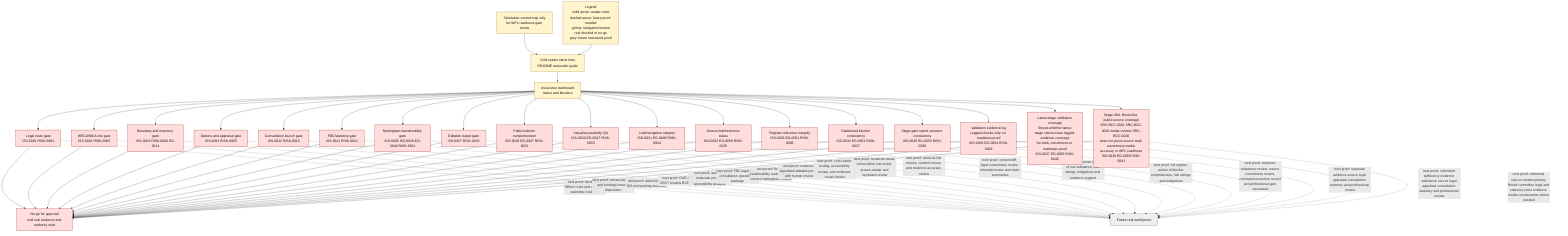
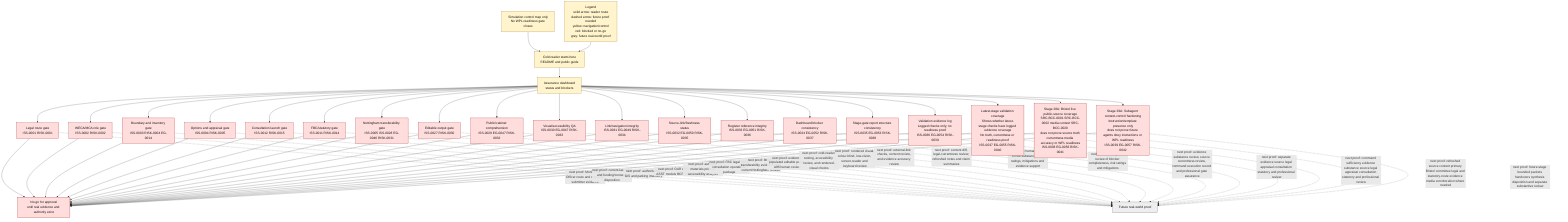
flowchart TD
    Caption["Simulation control map only<br/>No WPL readiness gate closes"]
    Legend["Legend<br/>solid arrow: reader route<br/>dashed arrow: future proof needed<br/>yellow: navigation/control<br/>red: blocked or no-go<br/>grey: future real-world proof"]
    Caption --> Start
    Legend --> Start
    Start["Cold reader starts here<br/>README and public guide"] --> Dash["Assurance dashboard<br/>status and blockers"]
    Dash --> Legal["Legal route gate<br/>ISS-0001 RISK-0001"]
    Dash --> WECA["WECA/MCA role gate<br/>ISS-0002 RISK-0002"]
    Dash --> Spatial["Boundary and inventory gate<br/>ISS-0003 RISK-0004 EG-0014"]
    Dash --> Appraisal["Options and appraisal gate<br/>ISS-0004 RISK-0005"]
    Dash --> Consult["Consultation launch gate<br/>ISS-0012 RISK-0015"]
    Dash --> FBC["FBC/statutory gate<br/>ISS-0011 RISK-0014"]
    Dash --> Nottingham["Nottingham transferability gate<br/>ISS-0005 ISS-0028 EG-0046 RISK-0031"]
    Dash --> Authoring["Editable output gate<br/>ISS-0027 RISK-0030"]
    Dash --> Comprehension["Public/cabinet comprehension<br/>ISS-0029 EG-0047 RISK-0032"]
    Dash --> VisualQA["Visual/accessibility QA<br/>ISS-0030 EG-0047 RISK-0033"]
    Dash --> NavigationQA["Link/navigation integrity<br/>ISS-0031 EG-0049 RISK-0034"]
    Dash --> SourceFreshness["Source-link/freshness status<br/>ISS-0032 EG-0050 RISK-0035"]
    Dash --> RegisterIntegrity["Register reference integrity<br/>ISS-0033 EG-0051 RISK-0036"]
    Dash --> DashboardConsistency["Dashboard blocker consistency<br/>ISS-0034 EG-0052 RISK-0037"]
    Dash --> GateReportQA["Stage-gate report structure consistency<br/>ISS-0035 EG-0053 RISK-0038"]
    Dash --> ValidationEvidence["Validation evidence log<br/>Logged checks only; no readiness proof<br/>ISS-0036 EG-0054 RISK-0039"]
    Dash --> ValidationCoverage["Latest-stage validation coverage<br/>Shows whether latest-stage checks have logged evidence coverage<br/>No truth, currentness or readiness proof<br/>ISS-0037 EG-0055 RISK-0040"]
    Dash --> BristolPublicSources["Stage 28A: Bristol live public-source coverage<br/>SRC-BCC-0001 SRC-BCC-0002 media context SRC-BCC-0020<br/>does not prove source truth currentness media accuracy or WPL readiness<br/>ISS-0038 EG-0056 RISK-0041"]
+     Dash --> SubagentContextControl["Stage 29A: Subagent context-control hardening<br/>Instruction/template presence only<br/>does not prove future agents obey instructions or WPL readiness<br/>ISS-0039 EG-0057 RISK-0042"]

    Legal --> NoGo["No-go for approval<br/>until real evidence and authority exist"]
    WECA --> NoGo
    Spatial --> NoGo
    Appraisal --> NoGo
    Consult --> NoGo
    FBC --> NoGo
    Nottingham --> NoGo
    Authoring --> NoGo
    Comprehension --> NoGo
    VisualQA --> NoGo
    NavigationQA --> NoGo
    SourceFreshness --> NoGo
    RegisterIntegrity --> NoGo
    DashboardConsistency --> NoGo
    GateReportQA --> NoGo
    ValidationEvidence --> NoGo
    ValidationCoverage --> NoGo
    BristolPublicSources --> NoGo
+     SubagentContextControl --> NoGo

    Legal -. "next proof: Monitoring Officer route and statutory submitter evidence" .-> Proof["Future real-world proof"]
    WECA -. "next proof: current-law role and funding/consent disposition" .-> Proof
    Spatial -. "next proof: authoritative GIS and parking inventory" .-> Proof
    Appraisal -. "next proof: OAR ASR ASST models BCR VFM" .-> Proof
    Consult -. "next proof: authority materials privacy accessibility analysis" .-> Proof
    FBC -. "next proof: FBC legal S151 consultation operations package" .-> Proof
    Nottingham -. "next proof: Bristol transferability evidence and current Nottingham refresh" .-> Proof
    Authoring -. "next proof: evidence-populated editable packs with human review" .-> Proof
    Comprehension -. "next proof: cold-reader testing, accessibility review, and rendered-visual checks" .-> Proof
    VisualQA -. "next proof: rendered visual, colour-blind, low-vision, screen-reader and keyboard review" .-> Proof
    NavigationQA -. "next proof: external-link checks, content review, and evidence accuracy review" .-> Proof
    SourceFreshness -. "next proof: content diff, legal-currentness review, refreshed notes and claim summaries" .-> Proof
    RegisterIntegrity -. "next proof: human review of row substance, risk ratings, mitigations and evidence support" .-> Proof
    DashboardConsistency -. "next proof: full register review of blocker completeness, risk ratings and mitigations" .-> Proof
    GateReportQA -. "next proof: evidence substance review, source currentness review, command execution record and professional gate assurance" .-> Proof
    ValidationEvidence -. "next proof: separate evidence source legal appraisal consultation statutory and professional review" .-> Proof
    ValidationCoverage -. "next proof: command sufficiency evidence substance source legal appraisal consultation statutory and professional review" .-> Proof
    BristolPublicSources -. "next proof: refreshed source content primary Bristol committee legal and statutory-route evidence media corroboration where needed" .-> Proof
+     SubagentContextControl -. "next proof: future-stage bounded packets handovers synthesis disposition and separate substantive review" .-> Proof

    classDef start fill:#ddf4ff,stroke:#005f99,color:#111111;
    classDef blocked fill:#ffdddd,stroke:#990000,color:#111111;
    classDef guide fill:#fff4cc,stroke:#996600,color:#111111;
    classDef future fill:#eeeeee,stroke:#555555,color:#111111;

    class Start,Dash,Caption,Legend guide;
-     class Legal,WECA,Spatial,Appraisal,Consult,FBC,Nottingham,Authoring,Comprehension,VisualQA,NavigationQA,SourceFreshness,RegisterIntegrity,DashboardConsistency,GateReportQA,ValidationEvidence,ValidationCoverage,BristolPublicSources,NoGo blocked;
+     class Legal,WECA,Spatial,Appraisal,Consult,FBC,Nottingham,Authoring,Comprehension,VisualQA,NavigationQA,SourceFreshness,RegisterIntegrity,DashboardConsistency,GateReportQA,ValidationEvidence,ValidationCoverage,BristolPublicSources,SubagentContextControl,NoGo blocked;
    class Proof future;
